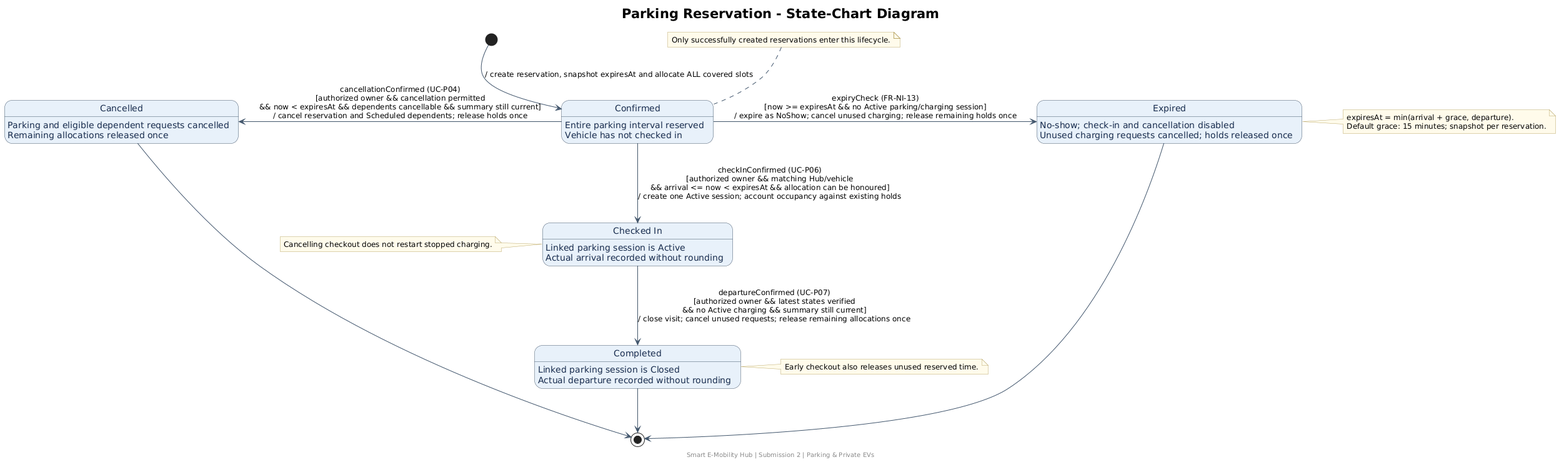
Before: docs/submission-2/state-chart-diagrams/parking-private-ev/SC_ParkingReservation.png, a diagram exported from PlantUML (thanhpham1108/smart-e-mobility-hub).
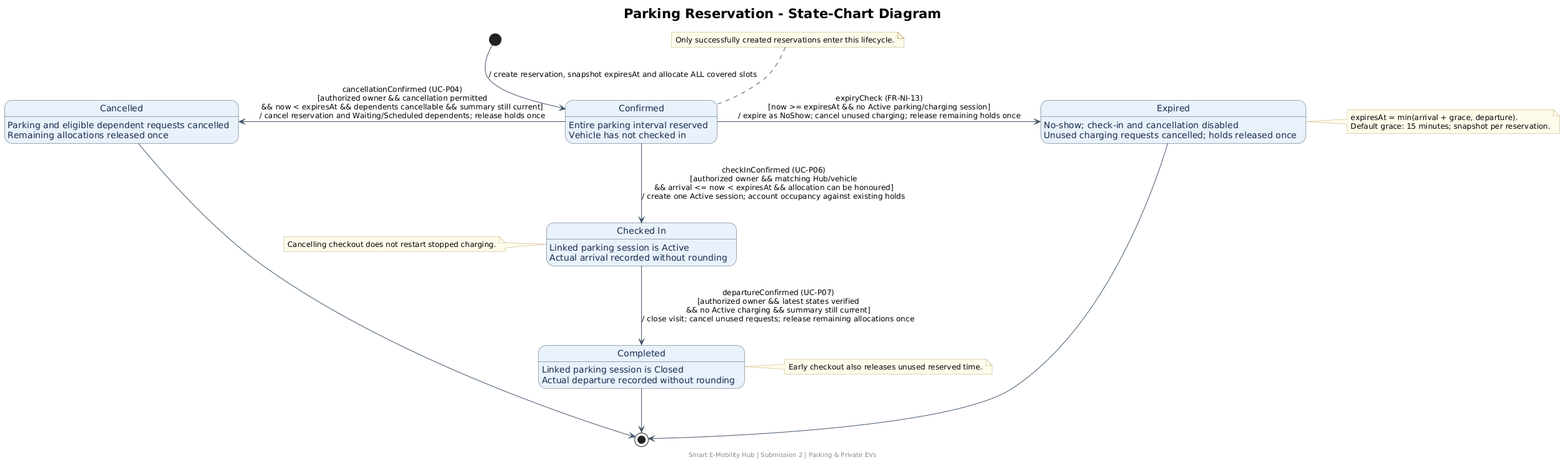
Later version of the same file.

Change to the diagram source:
```diff
@@ -44,7 +44,7 @@
 end note
 
 Confirmed -down-> CheckedIn : checkInConfirmed (UC-P06)\n[authorized owner && matching Hub/vehicle\n&& arrival <= now < expiresAt && allocation can be honoured]\n/ create one Active session; account occupancy against existing holds
-Confirmed -left-> Cancelled : cancellationConfirmed (UC-P04)\n[authorized owner && cancellation permitted\n&& now < expiresAt && dependents cancellable && summary still current]\n/ cancel reservation and Scheduled dependents; release holds once
+Confirmed -left-> Cancelled : cancellationConfirmed (UC-P04)\n[authorized owner && cancellation permitted\n&& now < expiresAt && dependents cancellable && summary still current]\n/ cancel reservation and Waiting/Scheduled dependents; release holds once
 Confirmed -right-> Expired : expiryCheck (FR-NI-13)\n[now >= expiresAt && no Active parking/charging session]\n/ expire as NoShow; cancel unused charging; release remaining holds once
 
 CheckedIn -down-> Completed : departureConfirmed (UC-P07)\n[authorized owner && latest states verified\n&& no Active charging && summary still current]\n/ close visit; cancel unused requests; release remaining allocations once
```
